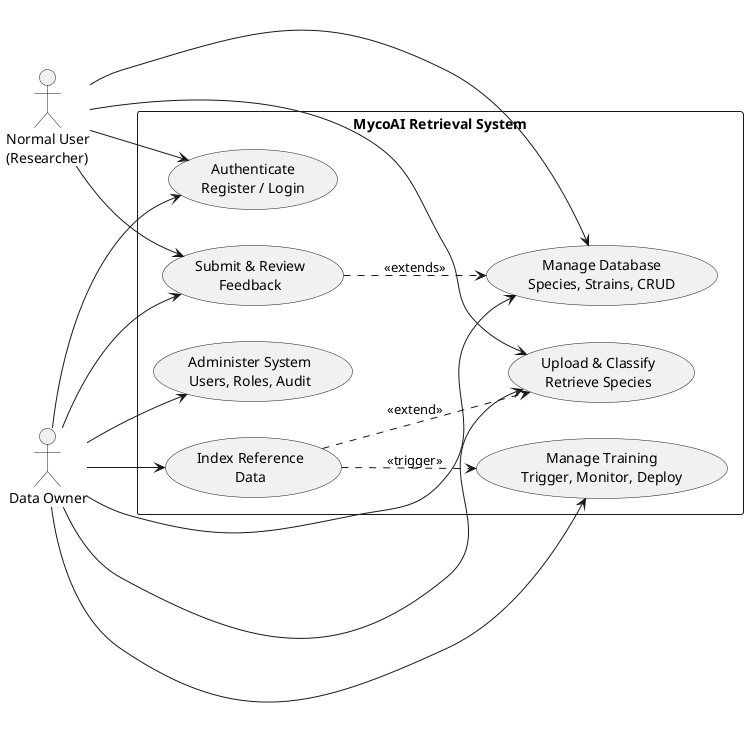
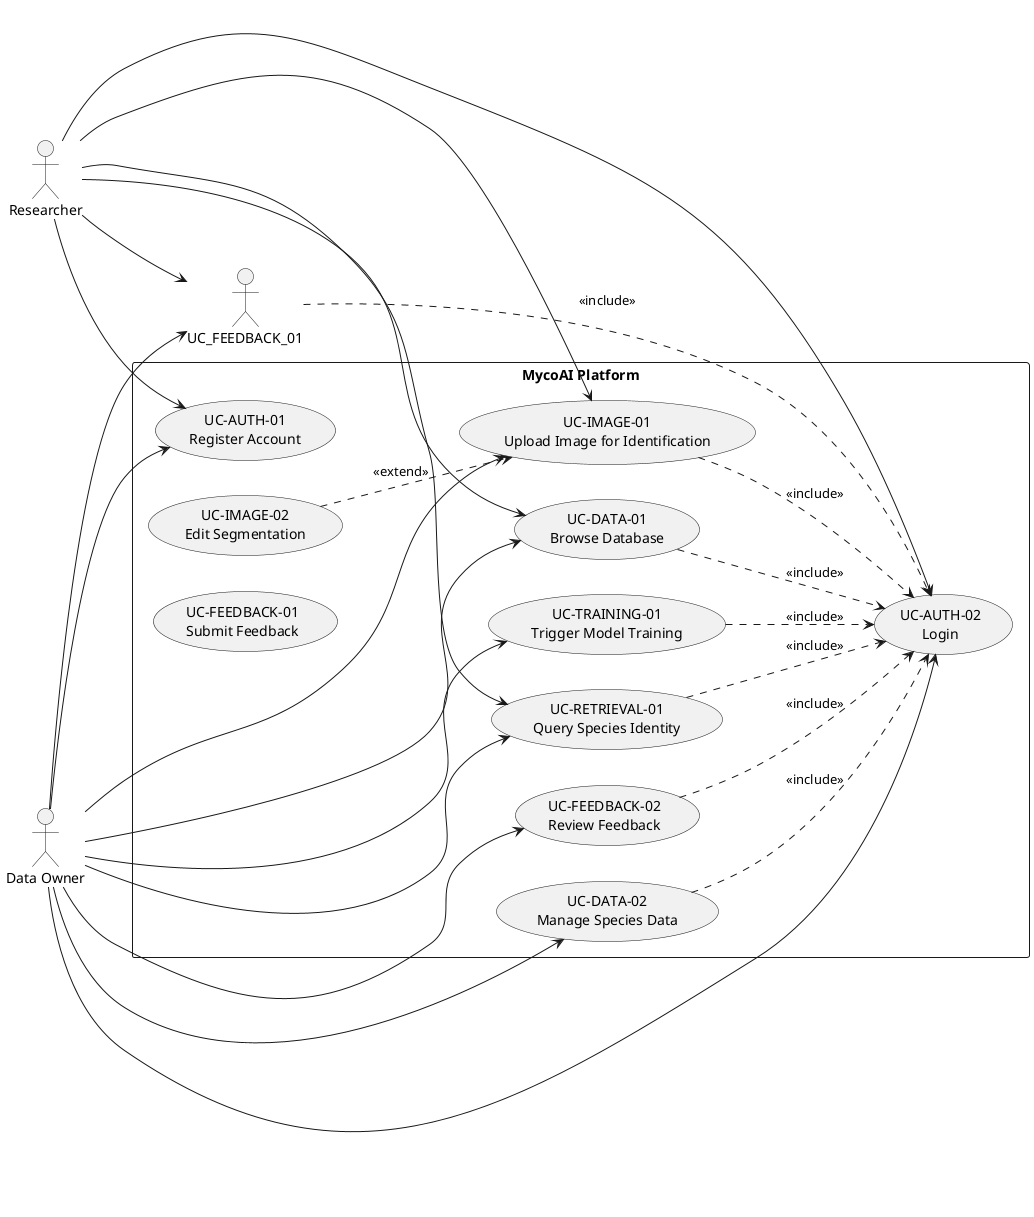
@startuml
left to right direction
- skinparam packageStyle rectangle

- actor "Normal User\n(Researcher)" as User
- actor "Data Owner" as Owner
+ actor "Researcher" as researcher
+ actor "Data Owner" as owner

- rectangle "MycoAI Retrieval System" {
-   (Authenticate\nRegister / Login) as Auth
+ rectangle "MycoAI Platform" {
+   usecase "UC-AUTH-01\nRegister Account" as UC_AUTH_01
+   usecase "UC-AUTH-02\nLogin" as UC_AUTH_02

-   (Upload & Classify\nRetrieve Species) as Classify
-   (Index Reference\nData) as IndexData
-   (Manage Database\nSpecies, Strains, CRUD) as ManageDB
-   (Submit & Review\nFeedback) as Feedback
-   (Manage Training\nTrigger, Monitor, Deploy) as Training
-   (Administer System\nUsers, Roles, Audit) as Admin
+   usecase "UC-IMAGE-01\nUpload Image for Identification" as UC_IMAGE_01
+   usecase "UC-IMAGE-02\nEdit Segmentation" as UC_IMAGE_02
+   usecase "UC-RETRIEVAL-01\nQuery Species Identity" as UC_RETRIEVAL_01
+   usecase "UC-DATA-01\nBrowse Database" as UC_DATA_01
+   usecase "UC-FEEDBACK-01\nSubmit Feedback" as UC_FDBK_01
+ 
+   usecase "UC-FEEDBACK-02\nReview Feedback" as UC_FDBK_02
+   usecase "UC-DATA-02\nManage Species Data" as UC_DATA_02
+   usecase "UC-TRAINING-01\nTrigger Model Training" as UC_TRAIN_01
}

- User --> Auth
- User --> Classify
- User --> Feedback
- User --> ManageDB
+ ' Researcher associations
+ researcher --> UC_AUTH_01
+ researcher --> UC_AUTH_02
+ researcher --> UC_IMAGE_01
+ researcher --> UC_RETRIEVAL_01
+ researcher --> UC_DATA_01
+ researcher --> UC_FEEDBACK_01

- Owner --> Auth
- Owner --> Classify
- Owner --> Feedback
- Owner --> ManageDB
- Owner --> IndexData
- Owner --> Training
- Owner --> Admin
+ ' Data Owner associations
+ owner --> UC_AUTH_01
+ owner --> UC_AUTH_02
+ owner --> UC_IMAGE_01
+ owner --> UC_RETRIEVAL_01
+ owner --> UC_DATA_01
+ owner --> UC_FEEDBACK_01
+ owner --> UC_FDBK_02
+ owner --> UC_DATA_02
+ owner --> UC_TRAIN_01

- IndexData ..> Classify : <<extend>>
- Feedback ..> ManageDB : <<extends>>
- IndexData ..> Training : <<trigger>>
+ ' Include: all protected UCs include Login
+ UC_IMAGE_01 ..> UC_AUTH_02 : <<include>>
+ UC_RETRIEVAL_01 ..> UC_AUTH_02 : <<include>>
+ UC_DATA_01 ..> UC_AUTH_02 : <<include>>
+ UC_FEEDBACK_01 ..> UC_AUTH_02 : <<include>>
+ UC_FDBK_02 ..> UC_AUTH_02 : <<include>>
+ UC_DATA_02 ..> UC_AUTH_02 : <<include>>
+ UC_TRAIN_01 ..> UC_AUTH_02 : <<include>>
+ 
+ ' Extend: Edit Segmentation extends Upload Image (optional)
+ UC_IMAGE_02 ..> UC_IMAGE_01 : <<extend>>

@enduml
